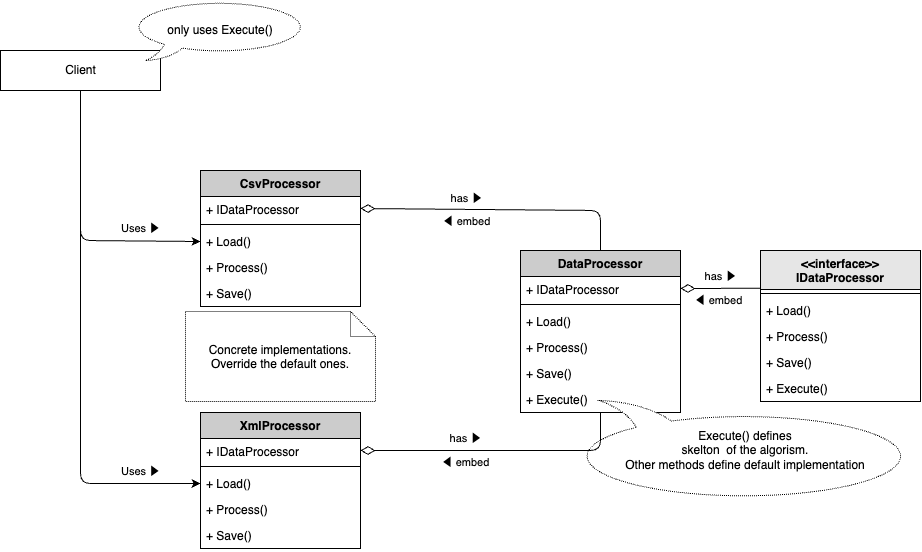
Above: internal/patterns/template/.docs/sample-program.drawio.png in sh-yamaga/design-patterns-go (draw.io), before the change. Source tidied: cells renumbered, new cells last; positions are measured from the earlier drawing's top-left corner, leaving out a move shared by most shapes.
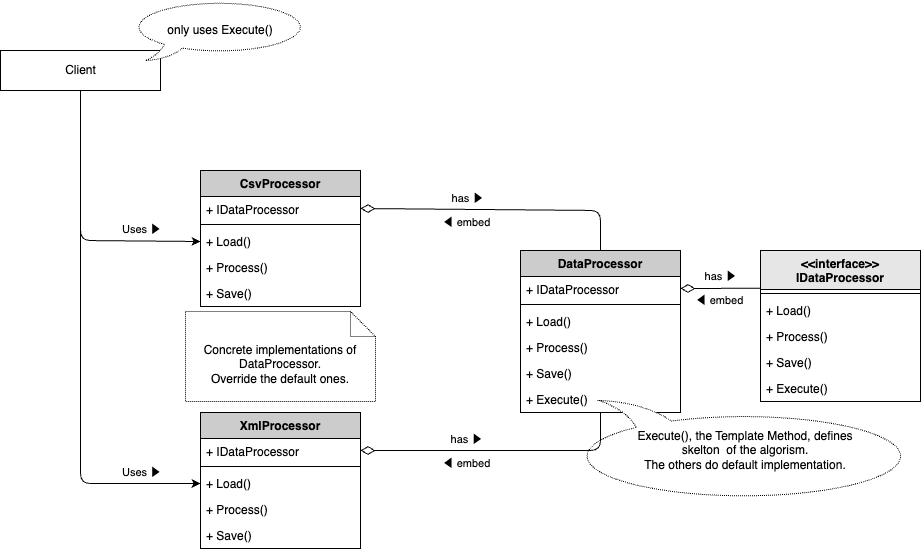
The same diagram one commit later.

Commit message:
[update]#template, factory_minor fix

What changed in the source:
```diff
@@ -107,7 +107,7 @@
     <mxCell id="30" value="only uses Execute()" style="whiteSpace=wrap;html=1;shape=mxgraph.basic.oval_callout;dashed=1;dashPattern=1 1;" parent="1" vertex="1">
       <mxGeometry x="130" width="180" height="60" as="geometry" />
     </mxCell>
-    <mxCell id="31" value="&lt;font&gt;Execute() defines&lt;br&gt;&lt;/font&gt;&lt;div style=&quot;&quot;&gt;&lt;font&gt;&lt;span style=&quot;background-color: transparent; color: rgb(0, 0, 0);&quot;&gt;skelton&amp;nbsp;&amp;nbsp;&lt;/span&gt;&lt;span style=&quot;background-color: transparent;&quot;&gt;of the algorism.&lt;br&gt;Other methods define default implementation&lt;/span&gt;&lt;/font&gt;&lt;/div&gt;" style="whiteSpace=wrap;html=1;shape=mxgraph.basic.oval_callout;dashed=1;dashPattern=1 1;direction=west;flipH=1;flipV=0;align=center;labelPosition=center;verticalLabelPosition=middle;verticalAlign=middle;horizontal=1;" parent="1" vertex="1">
+    <mxCell id="31" value="&lt;font&gt;Execute(), the Template Method, defines&lt;br&gt;&lt;/font&gt;&lt;div style=&quot;&quot;&gt;&lt;font&gt;&lt;span style=&quot;background-color: transparent; color: rgb(0, 0, 0);&quot;&gt;skelton&amp;nbsp;&amp;nbsp;&lt;/span&gt;&lt;span style=&quot;background-color: transparent;&quot;&gt;of the algorism.&lt;br&gt;The others do default implementation.&lt;/span&gt;&lt;/font&gt;&lt;/div&gt;" style="whiteSpace=wrap;html=1;shape=mxgraph.basic.oval_callout;dashed=1;dashPattern=1 1;direction=west;flipH=1;flipV=0;align=center;labelPosition=center;verticalLabelPosition=middle;verticalAlign=middle;horizontal=1;" parent="1" vertex="1">
       <mxGeometry x="570" y="400" width="350" height="100" as="geometry" />
     </mxCell>
     <mxCell id="32" value="XmlProcessor" style="swimlane;fontStyle=1;align=center;verticalAlign=top;horizontal=1;startSize=26;fillColor=#CCCCCC;fontColor=#000000;strokeColor=#000000;" parent="1" vertex="1">
@@ -157,7 +157,7 @@
         <mxPoint x="-26" y="11" as="offset" />
       </mxGeometry>
     </mxCell>
-    <mxCell id="43" value="&lt;span style=&quot;color: rgb(0, 0, 0);&quot;&gt;Concrete implementations.&lt;/span&gt;&lt;br style=&quot;scrollbar-color: light-dark(#e2e2e2, #4b4b4b)&lt;br/&gt;&#9;&#9;&#9;&#9;&#9;light-dark(#fbfbfb, var(--dark-panel-color));&quot;&gt;&lt;span style=&quot;color: rgb(0, 0, 0);&quot;&gt;Override the default ones.&lt;/span&gt;" style="shape=note2;boundedLbl=1;whiteSpace=wrap;html=1;size=25;verticalAlign=top;align=center;dashed=1;dashPattern=1 1;" parent="1" vertex="1">
+    <mxCell id="43" value="&lt;span style=&quot;color: rgb(0, 0, 0);&quot;&gt;Concrete implementations of DataProcessor.&lt;/span&gt;&lt;br style=&quot;scrollbar-color: light-dark(#e2e2e2, #4b4b4b)&lt;br/&gt;&#9;&#9;&#9;&#9;&#9;light-dark(#fbfbfb, var(--dark-panel-color));&quot;&gt;&lt;span style=&quot;color: rgb(0, 0, 0);&quot;&gt;Override the default ones.&lt;/span&gt;" style="shape=note2;boundedLbl=1;whiteSpace=wrap;html=1;size=25;verticalAlign=top;align=center;dashed=1;dashPattern=1 1;" parent="1" vertex="1">
       <mxGeometry x="185" y="311" width="190" height="90" as="geometry" />
     </mxCell>
   </root>
```
